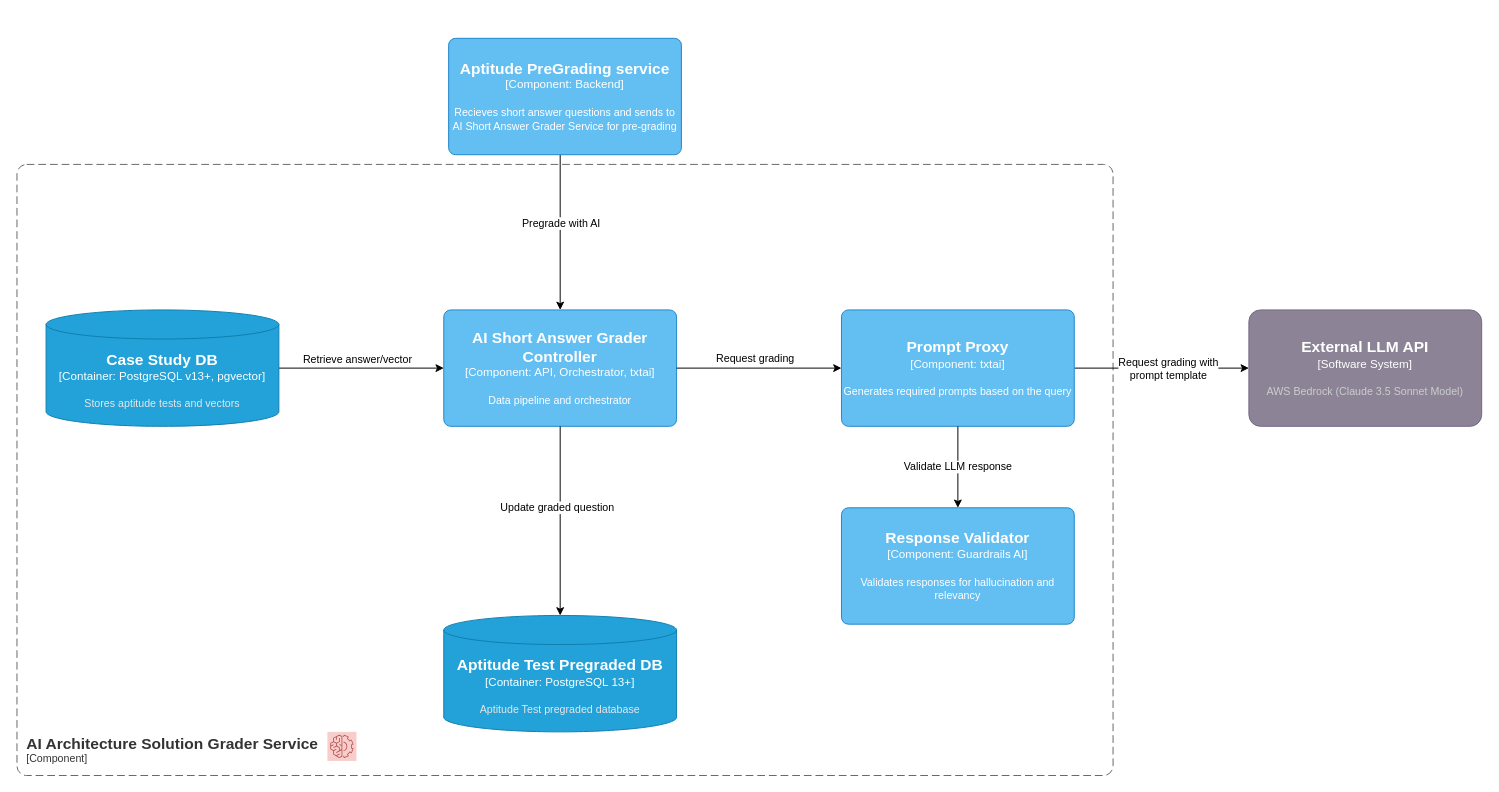
architectrons/arch-kata-2025 keeps this draw.io diagram as page "AI Architecture Solution Grader Service Component" (8 of 8) of Certifiable c4.drawio. Above is the earlier version. Source tidied: cells renumbered, new cells numbered last; positions are measured from the earlier drawing's top-left corner, leaving out a move shared by most shapes. Both pictures are drawn from the tidied source at 97%, with x=0, y=0 at pixel (16, 38).
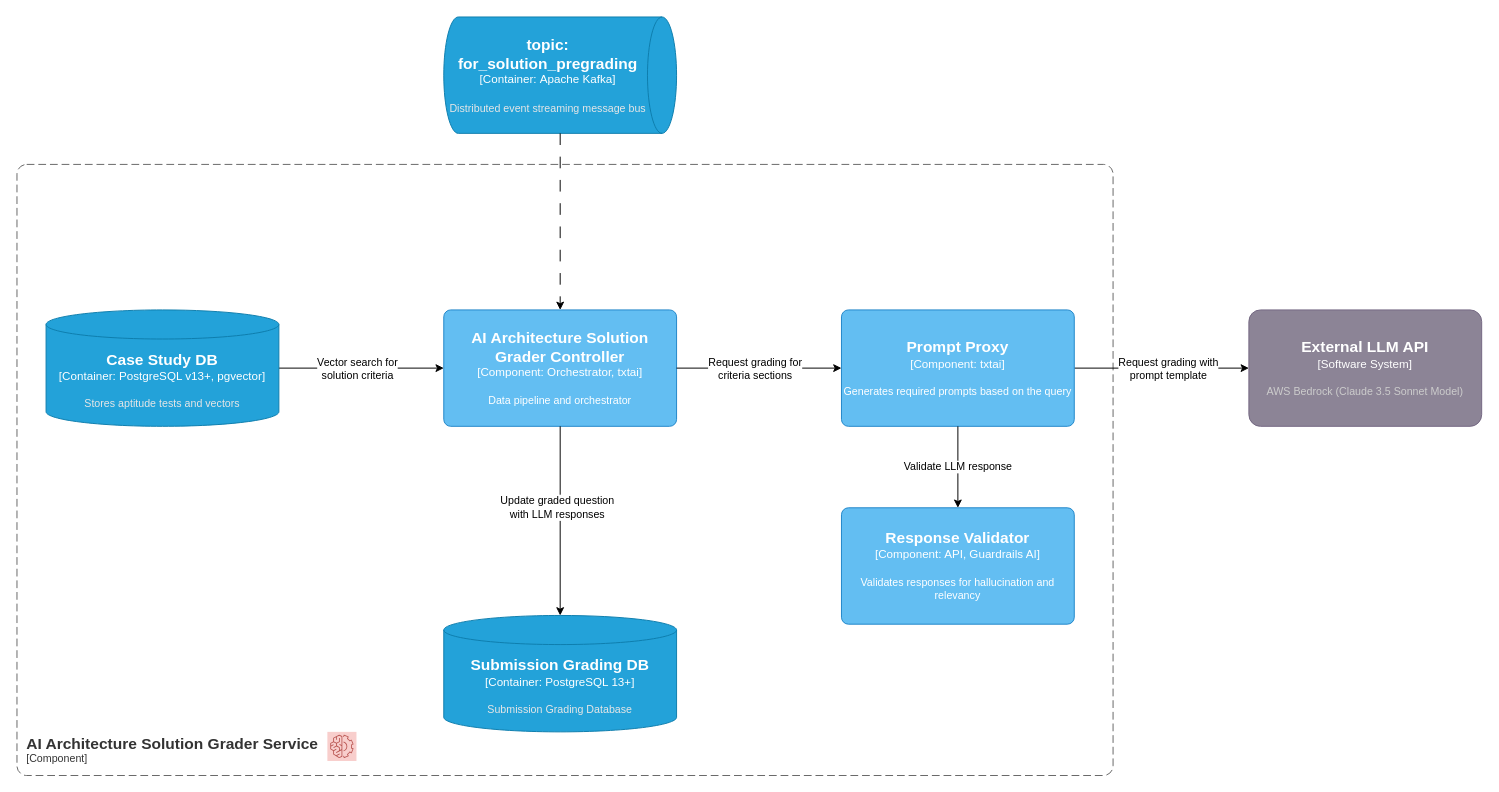
The same diagram, later.

The change refers to these unchanged cells:
```xml
<mxCell id="3" style="edgeStyle=none;rounded=0;jettySize=auto;html=1;exitX=1;exitY=0.5;exitDx=0;exitDy=0;exitPerimeter=0;" parent="1" edge="1" target="5">
  <mxGeometry relative="1" as="geometry">
    <mxPoint x="270" y="340" as="sourcePoint" />
  </mxGeometry>
</mxCell>
<mxCell id="13" style="edgeStyle=none;rounded=0;jettySize=auto;html=1;entryX=0;entryY=0.5;entryDx=0;entryDy=0;entryPerimeter=0;" parent="1" edge="1" source="5" target="12">
  <mxGeometry relative="1" as="geometry" />
</mxCell>
```

What changed in the source:
```diff
@@
-    <mxCell id="4" value="Retrieve answer/vector" style="edgeLabel;html=1;align=center;verticalAlign=middle;" parent="3" vertex="1">
+    <mxCell id="4" value="Vector search for&lt;div&gt;solution criteria&lt;/div&gt;" style="edgeLabel;html=1;align=center;verticalAlign=middle;" parent="3" vertex="1">
       <mxGeometry x="-0.33" y="5" relative="1" as="geometry">
-        <mxPoint x="23" y="-5" as="offset" />
+        <mxPoint x="23" y="5" as="offset" />
       </mxGeometry>
     </mxCell>
-    <object id="5" label="&lt;font style=&quot;font-size: 16px&quot;&gt;&lt;b&gt;%c4Name%&lt;/b&gt;&lt;/font&gt;&lt;div&gt;[%c4Type%: %c4Technology%]&lt;/div&gt;&lt;br&gt;&lt;div&gt;&lt;font style=&quot;font-size: 11px&quot;&gt;%c4Description%&lt;/font&gt;&lt;/div&gt;" c4Description="Data pipeline and orchestrator" c4Name="AI Short Answer Grader Controller" c4Technology="API, Orchestrator, txtai" c4Type="Component" placeholders="1">
+    <object id="5" label="&lt;font style=&quot;font-size: 16px&quot;&gt;&lt;b&gt;%c4Name%&lt;/b&gt;&lt;/font&gt;&lt;div&gt;[%c4Type%: %c4Technology%]&lt;/div&gt;&lt;br&gt;&lt;div&gt;&lt;font style=&quot;font-size: 11px&quot;&gt;%c4Description%&lt;/font&gt;&lt;/div&gt;" c4Description="Data pipeline and orchestrator" c4Name="AI Architecture Solution Grader Controller" c4Technology="Orchestrator, txtai" c4Type="Component" placeholders="1">
       <mxCell style="rounded=1;whiteSpace=wrap;html=1;labelBackgroundColor=none;fillColor=#63BEF2;fontColor=#ffffff;align=center;arcSize=6;strokeColor=#2086C9;points=[[0.25,0,0],[0.5,0,0],[0.75,0,0],[1,0.25,0],[1,0.5,0],[1,0.75,0],[0.75,1,0],[0.5,1,0],[0.25,1,0],[0,0.75,0],[0,0.5,0],[0,0.25,0]];" parent="1" vertex="1">
         <mxGeometry x="440" y="280" width="240" height="120" as="geometry" />
       </mxCell>
     </object>
-    <mxCell id="6" style="edgeStyle=none;rounded=0;jettySize=auto;html=1;exitX=0.5;exitY=1;exitDx=0;exitDy=0;exitPerimeter=0;entryX=0.5;entryY=0;entryDx=0;entryDy=0;entryPerimeter=0;" parent="1" edge="1" target="5">
-      <mxGeometry relative="1" as="geometry">
-        <mxPoint x="560" y="120" as="sourcePoint" />
-      </mxGeometry>
-    </mxCell>
-    <mxCell id="7" value="Pregrade with AI" style="edgeLabel;html=1;align=center;verticalAlign=middle;" parent="6" vertex="1">
-      <mxGeometry x="-0.11" relative="1" as="geometry">
-        <mxPoint y="-1" as="offset" />
-      </mxGeometry>
-    </mxCell>
@@
-    <mxCell id="14" value="Request grading" style="edgeLabel;html=1;align=center;verticalAlign=middle;" parent="13" vertex="1">
+    <mxCell id="14" value="Request grading for&lt;div&gt;criteria sections&lt;/div&gt;" style="edgeLabel;html=1;align=center;verticalAlign=middle;" parent="13" vertex="1">
       <mxGeometry x="-0.21" y="1" relative="1" as="geometry">
-        <mxPoint x="13" y="-10" as="offset" />
+        <mxPoint x="13" y="1" as="offset" />
       </mxGeometry>
     </mxCell>
-    <object id="15" label="&lt;font style=&quot;font-size: 16px&quot;&gt;&lt;b&gt;%c4Name%&lt;/b&gt;&lt;/font&gt;&lt;div&gt;[%c4Type%: %c4Technology%]&lt;/div&gt;&lt;br&gt;&lt;div&gt;&lt;font style=&quot;font-size: 11px&quot;&gt;%c4Description%&lt;/font&gt;&lt;/div&gt;" c4Description="Validates responses for hallucination and relevancy" c4Name="Response Validator" c4Technology="Guardrails AI" c4Type="Component" placeholders="1">
+    <object id="15" label="&lt;font style=&quot;font-size: 16px&quot;&gt;&lt;b&gt;%c4Name%&lt;/b&gt;&lt;/font&gt;&lt;div&gt;[%c4Type%: %c4Technology%]&lt;/div&gt;&lt;br&gt;&lt;div&gt;&lt;font style=&quot;font-size: 11px&quot;&gt;%c4Description%&lt;/font&gt;&lt;/div&gt;" c4Description="Validates responses for hallucination and relevancy" c4Name="Response Validator" c4Technology="API, Guardrails AI" c4Type="Component" placeholders="1">
       <mxCell style="rounded=1;whiteSpace=wrap;html=1;labelBackgroundColor=none;fillColor=#63BEF2;fontColor=#ffffff;align=center;arcSize=6;strokeColor=#2086C9;points=[[0.25,0,0],[0.5,0,0],[0.75,0,0],[1,0.25,0],[1,0.5,0],[1,0.75,0],[0.75,1,0],[0.5,1,0],[0.25,1,0],[0,0.75,0],[0,0.5,0],[0,0.25,0]];" parent="1" vertex="1">
         <mxGeometry x="850" y="484" width="240" height="120" as="geometry" />
       </mxCell>
     </object>
@@
-    <object id="17" label="&lt;font style=&quot;font-size: 16px&quot;&gt;&lt;b&gt;%c4Name%&lt;/b&gt;&lt;/font&gt;&lt;div&gt;[%c4Type%: %c4Technology%]&lt;/div&gt;&lt;br&gt;&lt;div&gt;&lt;font style=&quot;font-size: 11px&quot;&gt;%c4Description%&lt;/font&gt;&lt;/div&gt;" c4Description="Recieves short answer questions and sends to AI Short Answer Grader Service for pre-grading" c4Name="Aptitude PreGrading service" c4Technology="Backend" c4Type="Component" placeholders="1">
-      <mxCell style="rounded=1;whiteSpace=wrap;html=1;labelBackgroundColor=none;fillColor=#63BEF2;fontColor=#ffffff;align=center;arcSize=6;strokeColor=#2086C9;" parent="1" vertex="1">
-        <mxGeometry x="445" width="240" height="120" as="geometry" />
-      </mxCell>
-    </object>
-    <object id="18" label="&lt;font style=&quot;font-size: 16px&quot;&gt;&lt;b&gt;%c4Name%&lt;/b&gt;&lt;/font&gt;&lt;div&gt;[%c4Type%:&amp;nbsp;%c4Technology%]&lt;/div&gt;&lt;br&gt;&lt;div&gt;&lt;font style=&quot;font-size: 11px&quot;&gt;&lt;font color=&quot;#E6E6E6&quot;&gt;%c4Description%&lt;/font&gt;&lt;/div&gt;" c4Description="Aptitude Test pregraded database" c4Name="Aptitude Test Pregraded DB" c4Technology="PostgreSQL 13+" c4Type="Container" placeholders="1">
-      <mxCell style="shape=cylinder3;size=15;whiteSpace=wrap;html=1;boundedLbl=1;rounded=0;labelBackgroundColor=none;fillColor=#23A2D9;fontSize=12;fontColor=#ffffff;align=center;strokeColor=#0E7DAD;points=[[0.5,0,0],[1,0.25,0],[1,0.5,0],[1,0.75,0],[0.5,1,0],[0,0.75,0],[0,0.5,0],[0,0.25,0]];" parent="1" vertex="1">
-        <mxGeometry x="440" y="595" width="240" height="120" as="geometry" />
-      </mxCell>
-    </object>
-    <mxCell id="19" style="edgeStyle=none;rounded=0;jettySize=auto;html=1;entryX=0.5;entryY=0;entryDx=0;entryDy=0;entryPerimeter=0;" parent="1" edge="1" source="5" target="18">
-      <mxGeometry relative="1" as="geometry" />
+    <mxCell id="19" style="edgeStyle=none;rounded=0;jettySize=auto;html=1;entryX=0.5;entryY=0;entryDx=0;entryDy=0;entryPerimeter=0;" parent="1" edge="1" source="5">
+      <mxGeometry relative="1" as="geometry">
+        <mxPoint x="560" y="595" as="targetPoint" />
+      </mxGeometry>
     </mxCell>
-    <mxCell id="20" value="Update graded question" style="edgeLabel;html=1;align=center;verticalAlign=middle;" parent="19" vertex="1">
+    <mxCell id="20" value="Update graded question&lt;div&gt;with LLM responses&lt;/div&gt;" style="edgeLabel;html=1;align=center;verticalAlign=middle;" parent="19" vertex="1">
       <mxGeometry x="-0.15" y="-4" relative="1" as="geometry" />
     </mxCell>
@@
+    <object id="22" label="&lt;font style=&quot;font-size: 16px&quot;&gt;&lt;b&gt;%c4Name%&lt;/b&gt;&lt;/font&gt;&lt;div&gt;[%c4Type%:&amp;nbsp;%c4Technology%]&lt;/div&gt;&lt;br&gt;&lt;div&gt;&lt;font style=&quot;font-size: 11px&quot;&gt;&lt;font color=&quot;#E6E6E6&quot;&gt;%c4Description%&lt;/font&gt;&lt;/div&gt;" c4Description="Distributed event streaming message bus" c4Name="topic: for_solution_pregrading" c4Technology="Apache Kafka" c4Type="Container" placeholders="1">
+      <mxCell style="shape=cylinder3;size=15;direction=south;whiteSpace=wrap;html=1;boundedLbl=1;rounded=0;labelBackgroundColor=none;fillColor=#23A2D9;fontSize=12;fontColor=#ffffff;align=center;strokeColor=#0E7DAD;points=[[0.5,0,0],[1,0.25,0],[1,0.5,0],[1,0.75,0],[0.5,1,0],[0,0.75,0],[0,0.5,0],[0,0.25,0]];" parent="1" vertex="1">
+        <mxGeometry x="440" y="-22" width="240" height="120" as="geometry" />
+      </mxCell>
+    </object>
+    <mxCell id="23" style="edgeStyle=none;rounded=0;jettySize=auto;html=1;exitX=1;exitY=0.5;exitDx=0;exitDy=0;exitPerimeter=0;entryX=0.5;entryY=0;entryDx=0;entryDy=0;entryPerimeter=0;dashed=1;dashPattern=12 12;strokeColor=default;align=center;verticalAlign=middle;fontFamily=Helvetica;fontSize=11;fontColor=default;labelBackgroundColor=default;endArrow=classic;" parent="1" edge="1" source="22" target="5">
+      <mxGeometry relative="1" as="geometry" />
+    </mxCell>
+    <object id="18" label="&lt;font style=&quot;font-size: 16px&quot;&gt;&lt;b&gt;%c4Name%&lt;/b&gt;&lt;/font&gt;&lt;div&gt;[%c4Type%:&amp;nbsp;%c4Technology%]&lt;/div&gt;&lt;br&gt;&lt;div&gt;&lt;font style=&quot;font-size: 11px&quot;&gt;&lt;font color=&quot;#E6E6E6&quot;&gt;%c4Description%&lt;/font&gt;&lt;/div&gt;" c4Description="Submission Grading Database" c4Name="Submission Grading DB" c4Technology="PostgreSQL 13+" c4Type="Container" placeholders="1">
+      <mxCell style="shape=cylinder3;size=15;whiteSpace=wrap;html=1;boundedLbl=1;rounded=0;labelBackgroundColor=none;fillColor=#23A2D9;fontSize=12;fontColor=#ffffff;align=center;strokeColor=#0E7DAD;points=[[0.5,0,0],[1,0.25,0],[1,0.5,0],[1,0.75,0],[0.5,1,0],[0,0.75,0],[0,0.5,0],[0,0.25,0]];" parent="1" vertex="1">
+        <mxGeometry x="440" y="595" width="240" height="120" as="geometry" />
+      </mxCell>
+    </object>
```
